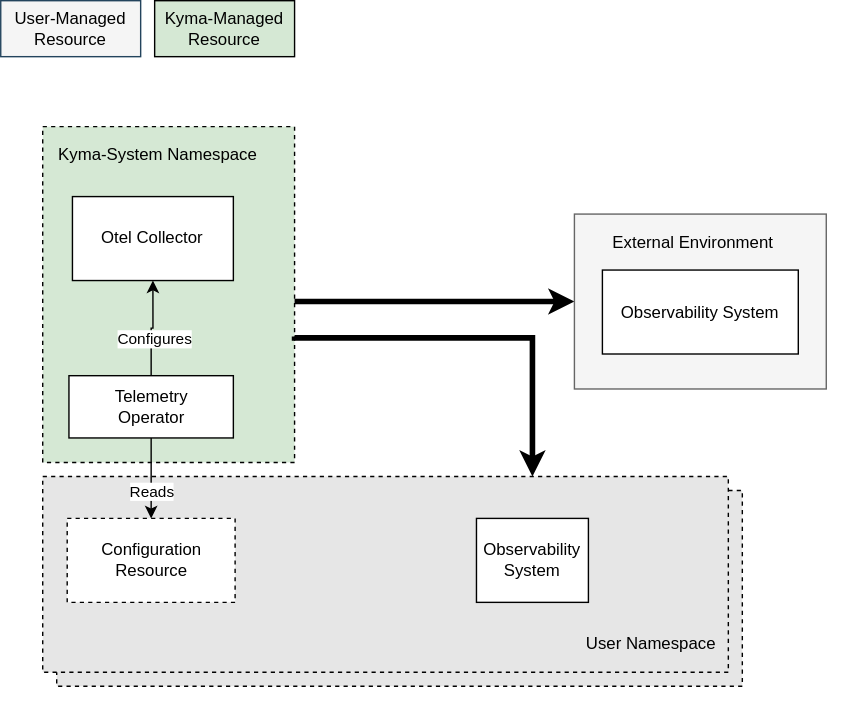
Before: concepts/observability-strategy/assets/integration-direct.drawio.svg, a diagram exported from draw.io (kyma-project/community). Source tidied: cells renumbered, new cells last; positions are measured from the earlier drawing's top-left corner, leaving out a move shared by most shapes. Source of this version:
```xml
<mxGraphModel>
  <root>
    <mxCell id="0" />
    <mxCell id="1" parent="0" />
    <mxCell id="2" style="rounded=0;whiteSpace=wrap;html=1;fillColor=#FFFFFF;strokeColor=none;" parent="1" vertex="1">
      <mxGeometry y="60" width="610" height="450" as="geometry" />
    </mxCell>
    <mxCell id="3" style="rounded=0;whiteSpace=wrap;html=1;dashed=1;fillColor=#E6E6E6;strokeColor=#000000;" parent="1" vertex="1">
      <mxGeometry x="40" y="350" width="490" height="140" as="geometry" />
    </mxCell>
    <mxCell id="4" style="rounded=0;whiteSpace=wrap;html=1;dashed=1;fillColor=#D5E8D4;strokeColor=#000000;" parent="1" vertex="1">
      <mxGeometry x="30" y="90" width="180" height="240" as="geometry" />
    </mxCell>
    <mxCell id="5" style="rounded=0;whiteSpace=wrap;html=1;dashed=1;fillColor=#E6E6E6;strokeColor=#000000;" parent="1" vertex="1">
      <mxGeometry x="30" y="340" width="490" height="140" as="geometry" />
    </mxCell>
    <mxCell id="6" value="Kyma-System Namespace" style="text;html=1;strokeColor=none;fillColor=none;align=center;verticalAlign=middle;whiteSpace=wrap;rounded=0;fontColor=#000000;" parent="1" vertex="1">
      <mxGeometry x="30" y="100" width="165" height="20" as="geometry" />
    </mxCell>
    <mxCell id="7" value="User Namespace" style="text;html=1;strokeColor=none;fillColor=none;align=center;verticalAlign=middle;whiteSpace=wrap;rounded=0;fontColor=#000000;" parent="1" vertex="1">
      <mxGeometry x="410" y="450" width="110" height="20" as="geometry" />
    </mxCell>
    <mxCell id="8" value="User-Managed Resource" style="rounded=0;whiteSpace=wrap;html=1;fillColor=#F5F5F5;strokeColor=#23445d;" parent="1" vertex="1">
      <mxGeometry width="100" height="40" as="geometry" />
    </mxCell>
    <mxCell id="9" value="Kyma-Managed Resource" style="rounded=0;whiteSpace=wrap;html=1;fillColor=#d5e8d4;strokeColor=#000000;fontColor=#000000;" parent="1" vertex="1">
      <mxGeometry x="110" width="100" height="40" as="geometry" />
    </mxCell>
    <mxCell id="10" style="edgeStyle=orthogonalEdgeStyle;rounded=0;jettySize=auto;html=1;entryX=0;entryY=0.5;entryDx=0;entryDy=0;fillColor=#e1d5e7;strokeColor=#000000;strokeWidth=4;" parent="1" edge="1" target="18">
      <mxGeometry relative="1" as="geometry">
        <mxPoint x="210" y="215" as="sourcePoint" />
        <Array as="points">
          <mxPoint x="210" y="215" />
        </Array>
      </mxGeometry>
    </mxCell>
    <mxCell id="11" value="Otel Collector" style="rounded=0;whiteSpace=wrap;html=1;" parent="1" vertex="1">
      <mxGeometry x="51.2" y="140" width="115" height="60" as="geometry" />
    </mxCell>
    <mxCell id="12" value="Observability System" style="rounded=0;whiteSpace=wrap;html=1;" parent="1" vertex="1">
      <mxGeometry x="340" y="370" width="80" height="60" as="geometry" />
    </mxCell>
    <mxCell id="13" style="edgeStyle=orthogonalEdgeStyle;rounded=0;jettySize=auto;html=1;exitX=0.5;exitY=0;exitDx=0;exitDy=0;entryX=0.5;entryY=1;entryDx=0;entryDy=0;" parent="1" edge="1" source="17" target="11">
      <mxGeometry relative="1" as="geometry" />
    </mxCell>
    <mxCell id="14" value="Configures" style="edgeLabel;html=1;align=center;verticalAlign=middle;" parent="13" vertex="1">
      <mxGeometry x="-0.21" y="-1" relative="1" as="geometry">
        <mxPoint x="1" y="1" as="offset" />
      </mxGeometry>
    </mxCell>
    <mxCell id="15" style="edgeStyle=orthogonalEdgeStyle;rounded=0;jettySize=auto;html=1;exitX=0.5;exitY=1;exitDx=0;exitDy=0;entryX=0.5;entryY=0;entryDx=0;entryDy=0;" parent="1" edge="1" source="17" target="22">
      <mxGeometry relative="1" as="geometry" />
    </mxCell>
    <mxCell id="16" value="Reads" style="edgeLabel;html=1;align=center;verticalAlign=middle;" parent="15" vertex="1">
      <mxGeometry x="0.1" y="-1" relative="1" as="geometry">
        <mxPoint x="1" y="6" as="offset" />
      </mxGeometry>
    </mxCell>
    <mxCell id="17" value="Telemetry&lt;br&gt;Operator" style="rounded=0;whiteSpace=wrap;html=1;fontColor=#000000;fillColor=#FFFFFF;" parent="1" vertex="1">
      <mxGeometry x="48.8" y="268" width="117.5" height="44.5" as="geometry" />
    </mxCell>
    <mxCell id="18" style="rounded=0;whiteSpace=wrap;html=1;fillColor=#f5f5f5;strokeColor=#666666;fontColor=#333333;" parent="1" vertex="1">
      <mxGeometry x="410" y="152.5" width="180" height="125" as="geometry" />
    </mxCell>
    <mxCell id="19" value="External Environment" style="text;html=1;strokeColor=none;fillColor=none;align=center;verticalAlign=middle;whiteSpace=wrap;rounded=0;fontColor=#000000;" parent="1" vertex="1">
      <mxGeometry x="430" y="162.5" width="130" height="20" as="geometry" />
    </mxCell>
    <mxCell id="20" value="Observability System" style="rounded=0;whiteSpace=wrap;html=1;fontColor=#000000;fillColor=#FFFFFF;strokeColor=#000000;" parent="1" vertex="1">
      <mxGeometry x="430" y="192.5" width="140" height="60" as="geometry" />
    </mxCell>
    <mxCell id="21" style="edgeStyle=orthogonalEdgeStyle;rounded=0;orthogonalLoop=1;jettySize=auto;html=1;fillColor=#e1d5e7;strokeColor=#000000;strokeWidth=4;" parent="1" edge="1">
      <mxGeometry relative="1" as="geometry">
        <mxPoint x="210" y="240" as="sourcePoint" />
        <mxPoint x="380" y="340" as="targetPoint" />
        <Array as="points">
          <mxPoint x="380" y="241" />
        </Array>
      </mxGeometry>
    </mxCell>
    <mxCell id="22" value="Configuration&lt;br&gt;Resource" style="rounded=0;whiteSpace=wrap;html=1;dashed=1;" parent="1" vertex="1">
      <mxGeometry x="47.5" y="370" width="120" height="60" as="geometry" />
    </mxCell>
  </root>
</mxGraphModel>
```
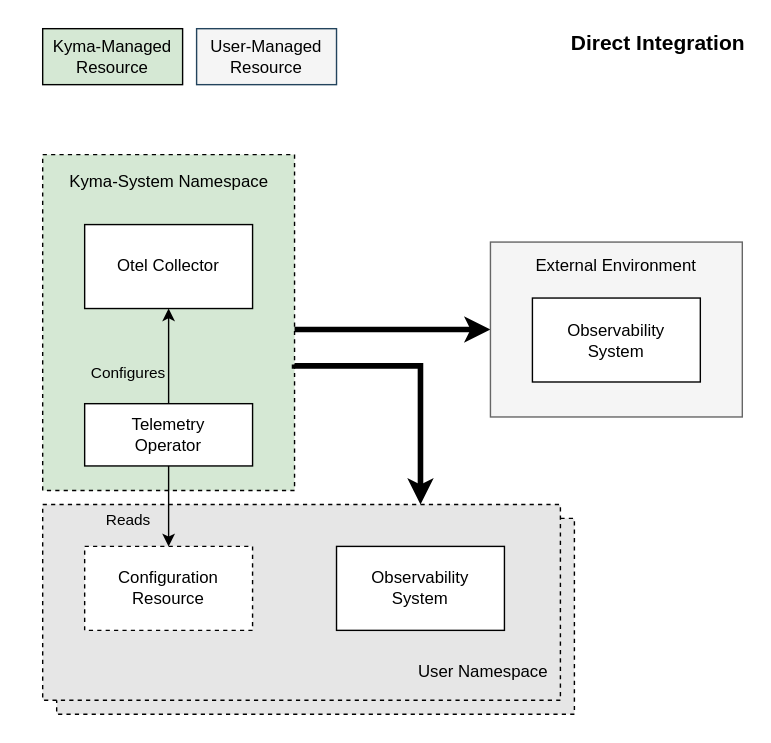
The same file after the commit.

Change to the diagram source:
```diff
@@ -2,83 +2,87 @@
   <root>
     <mxCell id="0" />
     <mxCell id="1" parent="0" />
-    <mxCell id="2" style="rounded=0;whiteSpace=wrap;html=1;fillColor=#FFFFFF;strokeColor=none;" parent="1" vertex="1">
-      <mxGeometry y="60" width="610" height="450" as="geometry" />
-    </mxCell>
-    <mxCell id="3" style="rounded=0;whiteSpace=wrap;html=1;dashed=1;fillColor=#E6E6E6;strokeColor=#000000;" parent="1" vertex="1">
-      <mxGeometry x="40" y="350" width="490" height="140" as="geometry" />
-    </mxCell>
-    <mxCell id="4" style="rounded=0;whiteSpace=wrap;html=1;dashed=1;fillColor=#D5E8D4;strokeColor=#000000;" parent="1" vertex="1">
-      <mxGeometry x="30" y="90" width="180" height="240" as="geometry" />
-    </mxCell>
-    <mxCell id="5" style="rounded=0;whiteSpace=wrap;html=1;dashed=1;fillColor=#E6E6E6;strokeColor=#000000;" parent="1" vertex="1">
-      <mxGeometry x="30" y="340" width="490" height="140" as="geometry" />
-    </mxCell>
+    <mxCell id="23" style="rounded=0;whiteSpace=wrap;html=1;fillColor=#FFFFFF;strokeColor=none;" parent="1" vertex="1">
+      <mxGeometry x="-50" y="-80" width="550" height="530" as="geometry" />
+    </mxCell>
+    <mxCell id="24" style="rounded=0;whiteSpace=wrap;html=1;dashed=1;fillColor=#E6E6E6;strokeColor=#000000;" parent="1" vertex="1">
+      <mxGeometry x="-10" y="290" width="370" height="140" as="geometry" />
+    </mxCell>
+    <mxCell id="25" style="rounded=0;whiteSpace=wrap;html=1;dashed=1;fillColor=#D5E8D4;strokeColor=#000000;" parent="1" vertex="1">
+      <mxGeometry x="-20" y="30" width="180" height="240" as="geometry" />
+    </mxCell>
+    <mxCell id="26" style="rounded=0;whiteSpace=wrap;html=1;dashed=1;fillColor=#E6E6E6;strokeColor=#000000;" parent="1" vertex="1">
+      <mxGeometry x="-20" y="280" width="370" height="140" as="geometry" />
+    </mxCell>
     <mxCell id="6" value="Kyma-System Namespace" style="text;html=1;strokeColor=none;fillColor=none;align=center;verticalAlign=middle;whiteSpace=wrap;rounded=0;fontColor=#000000;" parent="1" vertex="1">
-      <mxGeometry x="30" y="100" width="165" height="20" as="geometry" />
+      <mxGeometry x="-12.5" y="40" width="165" height="20" as="geometry" />
     </mxCell>
     <mxCell id="7" value="User Namespace" style="text;html=1;strokeColor=none;fillColor=none;align=center;verticalAlign=middle;whiteSpace=wrap;rounded=0;fontColor=#000000;" parent="1" vertex="1">
-      <mxGeometry x="410" y="450" width="110" height="20" as="geometry" />
+      <mxGeometry x="240" y="390" width="110" height="20" as="geometry" />
     </mxCell>
     <mxCell id="8" value="User-Managed Resource" style="rounded=0;whiteSpace=wrap;html=1;fillColor=#F5F5F5;strokeColor=#23445d;" parent="1" vertex="1">
-      <mxGeometry width="100" height="40" as="geometry" />
+      <mxGeometry x="90" y="-60" width="100" height="40" as="geometry" />
     </mxCell>
     <mxCell id="9" value="Kyma-Managed Resource" style="rounded=0;whiteSpace=wrap;html=1;fillColor=#d5e8d4;strokeColor=#000000;fontColor=#000000;" parent="1" vertex="1">
-      <mxGeometry x="110" width="100" height="40" as="geometry" />
+      <mxGeometry x="-20" y="-60" width="100" height="40" as="geometry" />
     </mxCell>
-    <mxCell id="10" style="edgeStyle=orthogonalEdgeStyle;rounded=0;jettySize=auto;html=1;entryX=0;entryY=0.5;entryDx=0;entryDy=0;fillColor=#e1d5e7;strokeColor=#000000;strokeWidth=4;" parent="1" edge="1" target="18">
-      <mxGeometry relative="1" as="geometry">
-        <mxPoint x="210" y="215" as="sourcePoint" />
-        <Array as="points">
-          <mxPoint x="210" y="215" />
-        </Array>
-      </mxGeometry>
-    </mxCell>
+    <mxCell id="27" style="edgeStyle=orthogonalEdgeStyle;rounded=0;jettySize=auto;html=1;entryX=0;entryY=0.5;entryDx=0;entryDy=0;fillColor=#e1d5e7;strokeColor=#000000;strokeWidth=4;" parent="1" edge="1" target="29">
+      <mxGeometry relative="1" as="geometry">
+        <mxPoint x="160" y="155" as="sourcePoint" />
+        <Array as="points">
+          <mxPoint x="160" y="155" />
+        </Array>
+      </mxGeometry>
+    </mxCell>
     <mxCell id="11" value="Otel Collector" style="rounded=0;whiteSpace=wrap;html=1;" parent="1" vertex="1">
-      <mxGeometry x="51.2" y="140" width="115" height="60" as="geometry" />
+      <mxGeometry x="10" y="80" width="120" height="60" as="geometry" />
     </mxCell>
-    <mxCell id="12" value="Observability System" style="rounded=0;whiteSpace=wrap;html=1;" parent="1" vertex="1">
-      <mxGeometry x="340" y="370" width="80" height="60" as="geometry" />
-    </mxCell>
+    <mxCell id="28" value="Observability &lt;br&gt;System" style="rounded=0;whiteSpace=wrap;html=1;" parent="1" vertex="1">
+      <mxGeometry x="190" y="310" width="120" height="60" as="geometry" />
+    </mxCell>
     <mxCell id="13" style="edgeStyle=orthogonalEdgeStyle;rounded=0;jettySize=auto;html=1;exitX=0.5;exitY=0;exitDx=0;exitDy=0;entryX=0.5;entryY=1;entryDx=0;entryDy=0;" parent="1" edge="1" source="17" target="11">
       <mxGeometry relative="1" as="geometry" />
     </mxCell>
-    <mxCell id="14" value="Configures" style="edgeLabel;html=1;align=center;verticalAlign=middle;" parent="13" vertex="1">
+    <mxCell id="14" value="Configures" style="edgeLabel;html=1;align=center;verticalAlign=middle;labelBackgroundColor=none;" parent="13" vertex="1">
       <mxGeometry x="-0.21" y="-1" relative="1" as="geometry">
-        <mxPoint x="1" y="1" as="offset" />
+        <mxPoint x="-31" y="4" as="offset" />
       </mxGeometry>
     </mxCell>
     <mxCell id="15" style="edgeStyle=orthogonalEdgeStyle;rounded=0;jettySize=auto;html=1;exitX=0.5;exitY=1;exitDx=0;exitDy=0;entryX=0.5;entryY=0;entryDx=0;entryDy=0;" parent="1" edge="1" source="17" target="22">
       <mxGeometry relative="1" as="geometry" />
     </mxCell>
-    <mxCell id="16" value="Reads" style="edgeLabel;html=1;align=center;verticalAlign=middle;" parent="15" vertex="1">
+    <mxCell id="16" value="Reads" style="edgeLabel;html=1;align=center;verticalAlign=middle;labelBackgroundColor=none;" parent="15" vertex="1">
       <mxGeometry x="0.1" y="-1" relative="1" as="geometry">
-        <mxPoint x="1" y="6" as="offset" />
+        <mxPoint x="-29" y="6" as="offset" />
       </mxGeometry>
     </mxCell>
     <mxCell id="17" value="Telemetry&lt;br&gt;Operator" style="rounded=0;whiteSpace=wrap;html=1;fontColor=#000000;fillColor=#FFFFFF;" parent="1" vertex="1">
-      <mxGeometry x="48.8" y="268" width="117.5" height="44.5" as="geometry" />
+      <mxGeometry x="10" y="208" width="120" height="44.5" as="geometry" />
     </mxCell>
-    <mxCell id="18" style="rounded=0;whiteSpace=wrap;html=1;fillColor=#f5f5f5;strokeColor=#666666;fontColor=#333333;" parent="1" vertex="1">
-      <mxGeometry x="410" y="152.5" width="180" height="125" as="geometry" />
-    </mxCell>
+    <mxCell id="29" style="rounded=0;whiteSpace=wrap;html=1;fillColor=#f5f5f5;strokeColor=#666666;fontColor=#333333;" parent="1" vertex="1">
+      <mxGeometry x="300" y="92.5" width="180" height="125" as="geometry" />
+    </mxCell>
     <mxCell id="19" value="External Environment" style="text;html=1;strokeColor=none;fillColor=none;align=center;verticalAlign=middle;whiteSpace=wrap;rounded=0;fontColor=#000000;" parent="1" vertex="1">
-      <mxGeometry x="430" y="162.5" width="130" height="20" as="geometry" />
+      <mxGeometry x="325" y="100" width="130" height="20" as="geometry" />
     </mxCell>
-    <mxCell id="20" value="Observability System" style="rounded=0;whiteSpace=wrap;html=1;fontColor=#000000;fillColor=#FFFFFF;strokeColor=#000000;" parent="1" vertex="1">
-      <mxGeometry x="430" y="192.5" width="140" height="60" as="geometry" />
-    </mxCell>
-    <mxCell id="21" style="edgeStyle=orthogonalEdgeStyle;rounded=0;orthogonalLoop=1;jettySize=auto;html=1;fillColor=#e1d5e7;strokeColor=#000000;strokeWidth=4;" parent="1" edge="1">
-      <mxGeometry relative="1" as="geometry">
-        <mxPoint x="210" y="240" as="sourcePoint" />
-        <mxPoint x="380" y="340" as="targetPoint" />
-        <Array as="points">
-          <mxPoint x="380" y="241" />
-        </Array>
-      </mxGeometry>
-    </mxCell>
+    <mxCell id="30" value="Observability &lt;br&gt;System" style="rounded=0;whiteSpace=wrap;html=1;fontColor=#000000;fillColor=#FFFFFF;strokeColor=#000000;" parent="1" vertex="1">
+      <mxGeometry x="330" y="132.5" width="120" height="60" as="geometry" />
+    </mxCell>
+    <mxCell id="31" style="edgeStyle=orthogonalEdgeStyle;rounded=0;orthogonalLoop=1;jettySize=auto;html=1;fillColor=#e1d5e7;strokeColor=#000000;strokeWidth=4;" parent="1" edge="1">
+      <mxGeometry relative="1" as="geometry">
+        <mxPoint x="160" y="180" as="sourcePoint" />
+        <mxPoint x="250" y="280" as="targetPoint" />
+        <Array as="points">
+          <mxPoint x="250" y="181" />
+          <mxPoint x="250" y="280" />
+        </Array>
+      </mxGeometry>
+    </mxCell>
     <mxCell id="22" value="Configuration&lt;br&gt;Resource" style="rounded=0;whiteSpace=wrap;html=1;dashed=1;" parent="1" vertex="1">
-      <mxGeometry x="47.5" y="370" width="120" height="60" as="geometry" />
+      <mxGeometry x="10" y="310" width="120" height="60" as="geometry" />
     </mxCell>
+    <mxCell id="32" value="&lt;font style=&quot;font-size: 15px;&quot;&gt;&lt;b&gt;Direct Integration&lt;/b&gt;&lt;/font&gt;" style="text;html=1;strokeColor=none;fillColor=none;align=center;verticalAlign=middle;whiteSpace=wrap;rounded=0;fontColor=#000000;" parent="1" vertex="1">
+      <mxGeometry x="350" y="-60" width="140" height="20" as="geometry" />
+    </mxCell>
   </root>
 </mxGraphModel>
```
